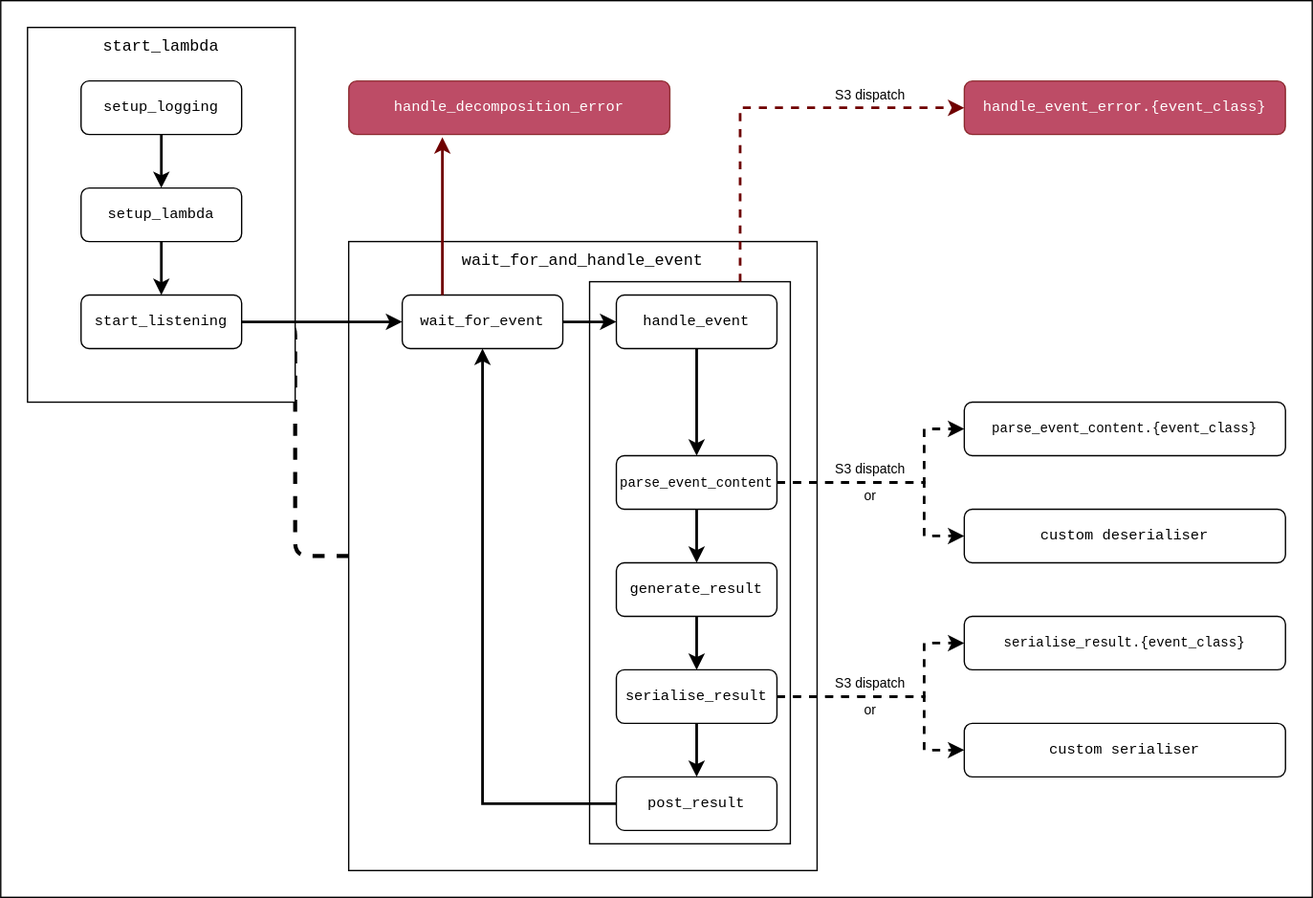
Before: man/figures/start-listening.drawio.svg, a diagram exported from draw.io (mdneuzerling/lambdr). Source tidied: cells renumbered, new cells last; positions are measured from the earlier drawing's top-left corner, leaving out a move shared by most shapes.
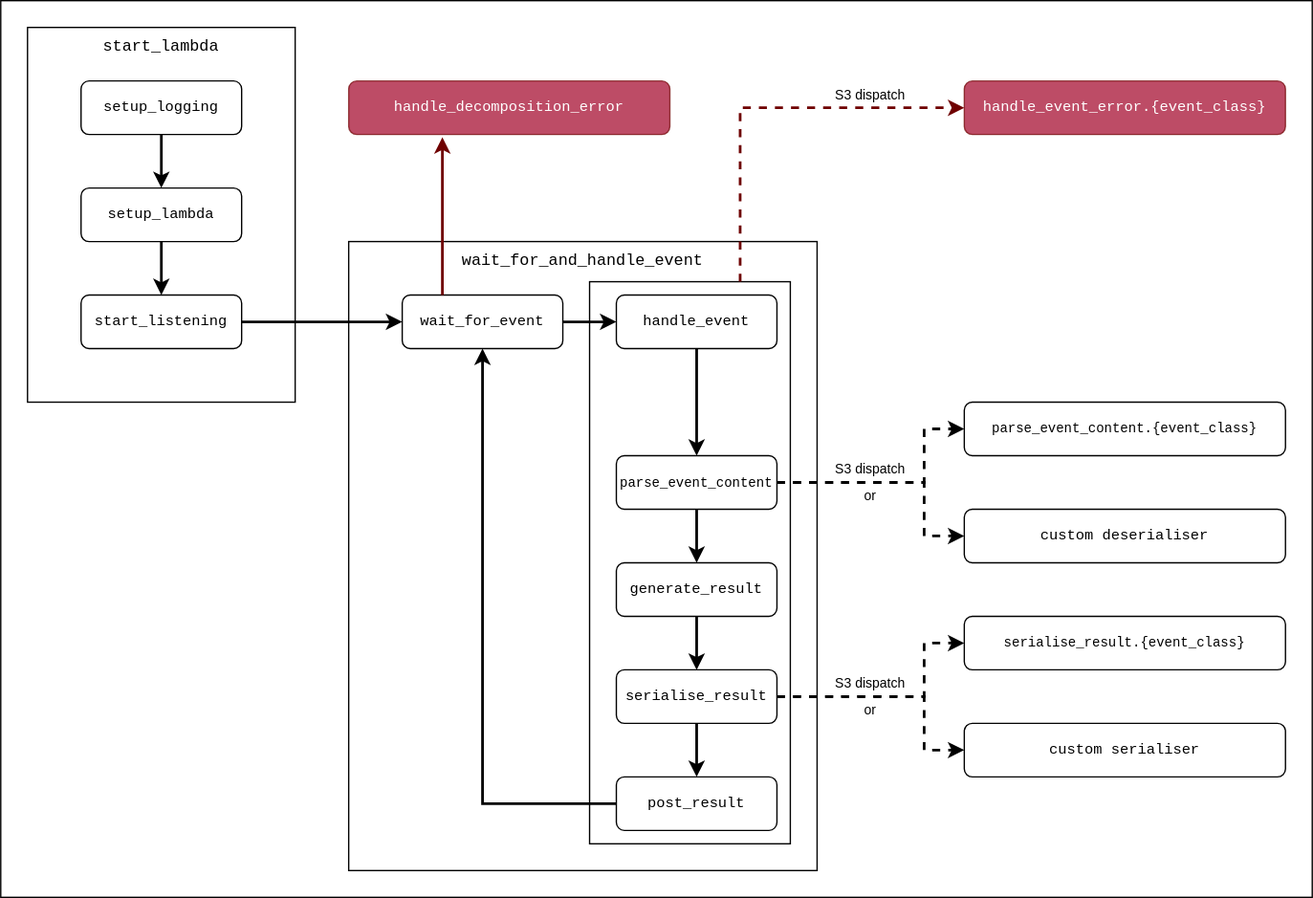
The same diagram one commit later.

Commit message:
Remove stray arrow in fig

Diff of the diagram source:
```diff
@@ -5,9 +5,6 @@
     <mxCell id="2" style="rounded=0;whiteSpace=wrap;html=1;fontSize=10;verticalAlign=top;fillColor=#FFFFFF;labelBackgroundColor=#ffffff;" parent="1" vertex="1">
       <mxGeometry width="980" height="670" as="geometry" />
     </mxCell>
-    <mxCell id="3" style="edgeStyle=orthogonalEdgeStyle;rounded=1;jettySize=auto;html=1;dashed=1;fontSize=10;strokeWidth=3;" parent="1" edge="1" source="4" target="11">
-      <mxGeometry relative="1" as="geometry" />
-    </mxCell>
     <mxCell id="4" value="&lt;font face=&quot;Courier New&quot;&gt;wait_for_and_handle_event&lt;/font&gt;" style="rounded=0;whiteSpace=wrap;html=1;verticalAlign=top;" parent="1" vertex="1">
       <mxGeometry x="260" y="180" width="350" height="470" as="geometry" />
     </mxCell>
```
